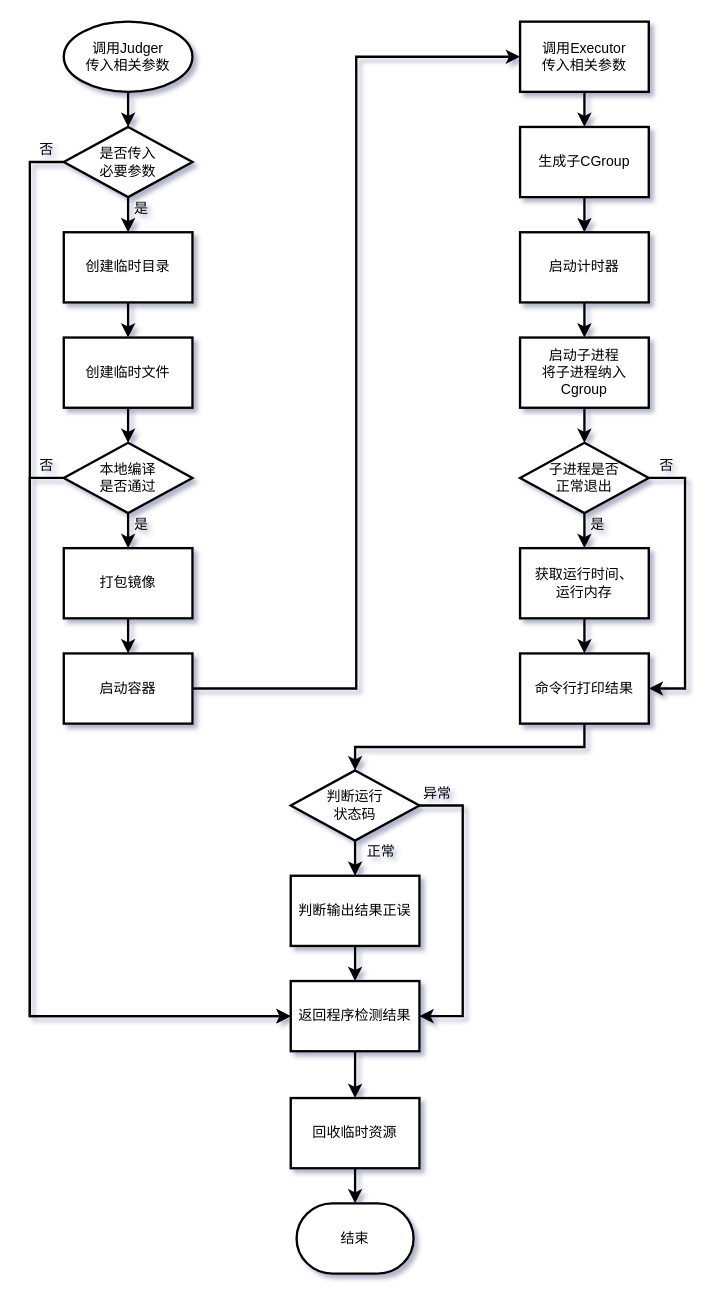
Before: 未命名绘图.drawio in LubyZheng/GraduationProject, a draw.io diagram. Source tidied: cells renumbered, new cells numbered last; positions are measured from the earlier drawing's top-left corner, leaving out a move shared by most shapes. Both pictures are drawn from the tidied source at 117%, with x=0, y=0 at pixel (28, 21).
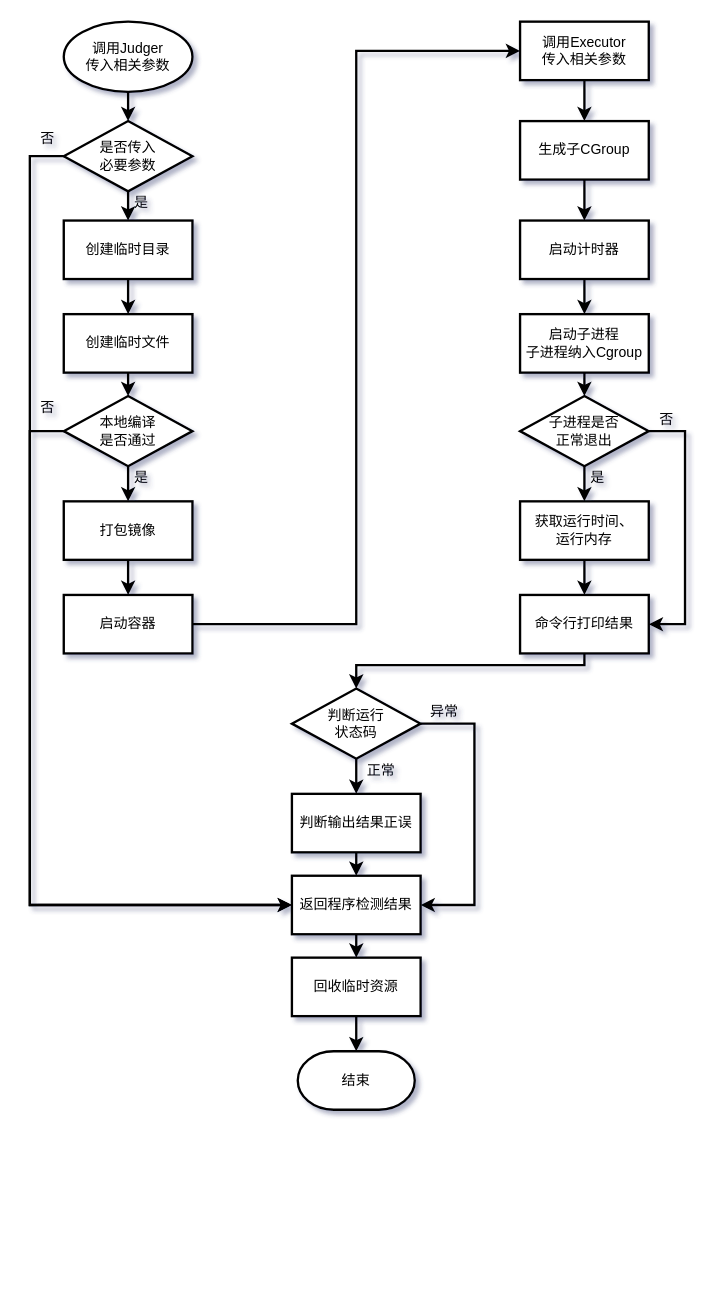
The same page after the edit.

Commit message (it also covers changes not shown here):
更新未命名绘图.drawio

What changed in the source:
```diff
@@
     <mxCell id="5" style="edgeStyle=orthogonalEdgeStyle;rounded=0;jettySize=auto;html=1;exitX=0;exitY=0.5;exitDx=0;exitDy=0;exitPerimeter=0;shadow=0;fontFamily=Lucida Console;strokeWidth=2;entryX=0;entryY=0.5;entryDx=0;entryDy=0;" parent="1" edge="1" source="6" target="39">
       <mxGeometry relative="1" as="geometry">
         <Array as="points">
-          <mxPoint x="1" y="120" />
-          <mxPoint x="1" y="850" />
+          <mxPoint x="1" y="115" />
+          <mxPoint x="1" y="755" />
         </Array>
       </mxGeometry>
     </mxCell>
     <mxCell id="6" value="是否传入&lt;br&gt;必要参数" style="strokeWidth=2;html=1;shape=mxgraph.flowchart.decision;whiteSpace=wrap;shadow=0;" parent="1" vertex="1">
-      <mxGeometry x="30" y="90" width="110" height="60" as="geometry" />
+      <mxGeometry x="30" y="85" width="110" height="60" as="geometry" />
     </mxCell>
@@
     <mxCell id="8" value="创建临时目录" style="whiteSpace=wrap;html=1;absoluteArcSize=1;arcSize=14;strokeWidth=2;shadow=0;" parent="1" vertex="1">
-      <mxGeometry x="30" y="180" width="110" height="60" as="geometry" />
+      <mxGeometry x="30" y="170" width="110" height="50" as="geometry" />
     </mxCell>
@@
     <mxCell id="10" value="创建临时文件" style="whiteSpace=wrap;html=1;absoluteArcSize=1;arcSize=14;strokeWidth=2;shadow=0;" parent="1" vertex="1">
-      <mxGeometry x="30" y="270" width="110" height="60" as="geometry" />
+      <mxGeometry x="30" y="250" width="110" height="50" as="geometry" />
     </mxCell>
@@
     <mxCell id="12" style="edgeStyle=orthogonalEdgeStyle;rounded=0;jettySize=auto;html=1;exitX=0;exitY=0.5;exitDx=0;exitDy=0;exitPerimeter=0;entryX=0;entryY=0.5;entryDx=0;entryDy=0;shadow=0;fontFamily=Lucida Console;strokeWidth=2;" parent="1" edge="1" source="13" target="39">
       <mxGeometry relative="1" as="geometry">
         <Array as="points">
-          <mxPoint x="1" y="390" />
-          <mxPoint x="1" y="850" />
+          <mxPoint x="1" y="350" />
+          <mxPoint x="1" y="755" />
         </Array>
       </mxGeometry>
     </mxCell>
     <mxCell id="13" value="本地编译&lt;br&gt;是否通过" style="strokeWidth=2;html=1;shape=mxgraph.flowchart.decision;whiteSpace=wrap;shadow=0;" parent="1" vertex="1">
-      <mxGeometry x="30" y="360" width="110" height="60" as="geometry" />
+      <mxGeometry x="30" y="320" width="110" height="60" as="geometry" />
     </mxCell>
@@
     <mxCell id="15" value="打包镜像" style="whiteSpace=wrap;html=1;absoluteArcSize=1;arcSize=14;strokeWidth=2;shadow=0;" parent="1" vertex="1">
-      <mxGeometry x="30" y="450" width="110" height="60" as="geometry" />
+      <mxGeometry x="30" y="410" width="110" height="50" as="geometry" />
     </mxCell>
-    <mxCell id="16" style="edgeStyle=orthogonalEdgeStyle;jettySize=auto;html=1;exitX=1;exitY=0.5;exitDx=0;exitDy=0;entryX=0;entryY=0.5;entryDx=0;entryDy=0;strokeWidth=2;shadow=0;rounded=0;" parent="1" edge="1" source="17" target="19">
+    <mxCell id="16" style="edgeStyle=orthogonalEdgeStyle;rounded=0;jettySize=auto;html=1;exitX=1;exitY=0.5;exitDx=0;exitDy=0;entryX=0;entryY=0.5;entryDx=0;entryDy=0;shadow=0;fontFamily=Lucida Console;strokeWidth=2;" parent="1" edge="1" source="17" target="19">
       <mxGeometry relative="1" as="geometry">
         <Array as="points">
-          <mxPoint x="280" y="570" />
-          <mxPoint x="280" y="30" />
+          <mxPoint x="280" y="515" />
+          <mxPoint x="280" y="25" />
         </Array>
       </mxGeometry>
     </mxCell>
     <mxCell id="17" value="启动容器" style="whiteSpace=wrap;html=1;absoluteArcSize=1;arcSize=14;strokeWidth=2;shadow=0;" parent="1" vertex="1">
-      <mxGeometry x="30" y="540" width="110" height="60" as="geometry" />
+      <mxGeometry x="30" y="490" width="110" height="50" as="geometry" />
     </mxCell>
@@
     <mxCell id="19" value="调用Executor&lt;br&gt;传入相关参数" style="whiteSpace=wrap;html=1;absoluteArcSize=1;arcSize=14;strokeWidth=2;shadow=0;" parent="1" vertex="1">
-      <mxGeometry x="420" width="110" height="60" as="geometry" />
+      <mxGeometry x="420" width="110" height="50" as="geometry" />
     </mxCell>
@@
     <mxCell id="21" value="生成子CGroup" style="whiteSpace=wrap;html=1;absoluteArcSize=1;arcSize=14;strokeWidth=2;shadow=0;" parent="1" vertex="1">
-      <mxGeometry x="420" y="90" width="110" height="60" as="geometry" />
+      <mxGeometry x="420" y="85" width="110" height="50" as="geometry" />
     </mxCell>
@@
     <mxCell id="23" value="启动计时器" style="whiteSpace=wrap;html=1;absoluteArcSize=1;arcSize=14;strokeWidth=2;shadow=0;" parent="1" vertex="1">
-      <mxGeometry x="420" y="180" width="110" height="60" as="geometry" />
+      <mxGeometry x="420" y="170" width="110" height="50" as="geometry" />
     </mxCell>
@@
-    <mxCell id="25" value="启动子进程&lt;br&gt;将子进程纳入Cgroup" style="whiteSpace=wrap;html=1;absoluteArcSize=1;arcSize=14;strokeWidth=2;shadow=0;" parent="1" vertex="1">
-      <mxGeometry x="420" y="270" width="110" height="60" as="geometry" />
+    <mxCell id="25" value="启动子进程&lt;br&gt;子进程纳入Cgroup" style="whiteSpace=wrap;html=1;absoluteArcSize=1;arcSize=14;strokeWidth=2;shadow=0;" parent="1" vertex="1">
+      <mxGeometry x="420" y="250" width="110" height="50" as="geometry" />
     </mxCell>
@@
     <mxCell id="27" style="edgeStyle=orthogonalEdgeStyle;rounded=0;jettySize=auto;html=1;exitX=1;exitY=0.5;exitDx=0;exitDy=0;exitPerimeter=0;entryX=1;entryY=0.5;entryDx=0;entryDy=0;shadow=0;fontFamily=Lucida Console;strokeWidth=2;" parent="1" edge="1" source="28" target="32">
       <mxGeometry relative="1" as="geometry">
         <Array as="points">
-          <mxPoint x="561" y="390" />
-          <mxPoint x="561" y="570" />
+          <mxPoint x="561" y="350" />
+          <mxPoint x="561" y="515" />
         </Array>
       </mxGeometry>
     </mxCell>
     <mxCell id="28" value="子进程是否&lt;br&gt;正常退出" style="strokeWidth=2;html=1;shape=mxgraph.flowchart.decision;whiteSpace=wrap;shadow=0;" parent="1" vertex="1">
-      <mxGeometry x="420" y="360" width="110" height="60" as="geometry" />
+      <mxGeometry x="420" y="320" width="110" height="60" as="geometry" />
     </mxCell>
@@
     <mxCell id="30" value="获取运行时间、&lt;br&gt;运行内存" style="whiteSpace=wrap;html=1;absoluteArcSize=1;arcSize=14;strokeWidth=2;shadow=0;" parent="1" vertex="1">
-      <mxGeometry x="420" y="450" width="110" height="60" as="geometry" />
+      <mxGeometry x="420" y="410" width="110" height="50" as="geometry" />
     </mxCell>
-    <mxCell id="31" style="edgeStyle=orthogonalEdgeStyle;jettySize=auto;html=1;exitX=0.5;exitY=1;exitDx=0;exitDy=0;entryX=0.5;entryY=0;entryDx=0;entryDy=0;entryPerimeter=0;strokeWidth=2;shadow=0;rounded=0;" parent="1" edge="1" source="32" target="35">
+    <mxCell id="31" style="edgeStyle=orthogonalEdgeStyle;rounded=0;jettySize=auto;html=1;exitX=0.5;exitY=1;exitDx=0;exitDy=0;entryX=0.5;entryY=0;entryDx=0;entryDy=0;entryPerimeter=0;shadow=0;fontFamily=Lucida Console;strokeWidth=2;" parent="1" edge="1" source="32" target="35">
       <mxGeometry relative="1" as="geometry">
         <Array as="points">
-          <mxPoint x="475" y="620" />
-          <mxPoint x="279" y="620" />
+          <mxPoint x="475" y="550" />
+          <mxPoint x="280" y="550" />
         </Array>
       </mxGeometry>
     </mxCell>
     <mxCell id="32" value="命令行打印结果" style="whiteSpace=wrap;html=1;absoluteArcSize=1;arcSize=14;strokeWidth=2;shadow=0;" parent="1" vertex="1">
-      <mxGeometry x="420" y="540" width="110" height="60" as="geometry" />
+      <mxGeometry x="420" y="490" width="110" height="50" as="geometry" />
     </mxCell>
-    <mxCell id="33" style="edgeStyle=orthogonalEdgeStyle;jettySize=auto;html=1;exitX=0.5;exitY=1;exitDx=0;exitDy=0;exitPerimeter=0;entryX=0.5;entryY=0;entryDx=0;entryDy=0;strokeWidth=2;shadow=0;" parent="1" edge="1" source="35" target="37">
+    <mxCell id="33" style="edgeStyle=orthogonalEdgeStyle;rounded=0;jettySize=auto;html=1;exitX=0.5;exitY=1;exitDx=0;exitDy=0;exitPerimeter=0;entryX=0.5;entryY=0;entryDx=0;entryDy=0;shadow=0;fontFamily=Lucida Console;strokeWidth=2;" parent="1" edge="1" source="35" target="37">
       <mxGeometry relative="1" as="geometry" />
     </mxCell>
     <mxCell id="34" style="edgeStyle=orthogonalEdgeStyle;rounded=0;jettySize=auto;html=1;exitX=1;exitY=0.5;exitDx=0;exitDy=0;exitPerimeter=0;entryX=1;entryY=0.5;entryDx=0;entryDy=0;shadow=0;fontFamily=Lucida Console;strokeWidth=2;" parent="1" edge="1" source="35" target="39">
       <mxGeometry relative="1" as="geometry">
         <Array as="points">
-          <mxPoint x="371" y="670" />
-          <mxPoint x="371" y="850" />
+          <mxPoint x="381" y="600" />
+          <mxPoint x="381" y="755" />
         </Array>
       </mxGeometry>
     </mxCell>
     <mxCell id="35" value="判断运行&lt;br&gt;状态码" style="strokeWidth=2;html=1;shape=mxgraph.flowchart.decision;whiteSpace=wrap;shadow=0;" parent="1" vertex="1">
-      <mxGeometry x="224" y="640" width="110" height="60" as="geometry" />
+      <mxGeometry x="225" y="570" width="110" height="60" as="geometry" />
     </mxCell>
@@
     <mxCell id="37" value="判断输出结果正误" style="whiteSpace=wrap;html=1;absoluteArcSize=1;arcSize=14;strokeWidth=2;shadow=0;" parent="1" vertex="1">
-      <mxGeometry x="224" y="730" width="110" height="60" as="geometry" />
+      <mxGeometry x="225" y="660" width="110" height="50" as="geometry" />
     </mxCell>
-    <mxCell id="38" style="edgeStyle=orthogonalEdgeStyle;jettySize=auto;html=1;exitX=0.5;exitY=1;exitDx=0;exitDy=0;entryX=0.5;entryY=0;entryDx=0;entryDy=0;strokeWidth=2;shadow=0;" parent="1" edge="1" source="39" target="41">
+    <mxCell id="38" style="edgeStyle=orthogonalEdgeStyle;rounded=0;jettySize=auto;html=1;exitX=0.5;exitY=1;exitDx=0;exitDy=0;entryX=0.5;entryY=0;entryDx=0;entryDy=0;shadow=0;fontFamily=Lucida Console;strokeWidth=2;" parent="1" edge="1" source="39" target="41">
       <mxGeometry relative="1" as="geometry" />
     </mxCell>
     <mxCell id="39" value="返回程序检测结果" style="whiteSpace=wrap;html=1;absoluteArcSize=1;arcSize=14;strokeWidth=2;shadow=0;" parent="1" vertex="1">
-      <mxGeometry x="224" y="820" width="110" height="60" as="geometry" />
+      <mxGeometry x="225" y="730" width="110" height="50" as="geometry" />
     </mxCell>
@@
     <mxCell id="41" value="回收临时资源" style="whiteSpace=wrap;html=1;absoluteArcSize=1;arcSize=14;strokeWidth=2;shadow=0;" parent="1" vertex="1">
-      <mxGeometry x="224" y="920" width="110" height="60" as="geometry" />
+      <mxGeometry x="225" y="800" width="110" height="50" as="geometry" />
     </mxCell>
     <mxCell id="42" value="结束" style="strokeWidth=2;html=1;shape=mxgraph.flowchart.terminator;whiteSpace=wrap;shadow=0;" parent="1" vertex="1">
-      <mxGeometry x="229" y="1010" width="100" height="60" as="geometry" />
+      <mxGeometry x="230" y="880" width="100" height="50" as="geometry" />
     </mxCell>
-    <mxCell id="43" value="正常" style="text;html=1;align=center;verticalAlign=middle;strokeWidth=2;shadow=0;" parent="1" vertex="1">
-      <mxGeometry x="281" y="700" width="40" height="20" as="geometry" />
-    </mxCell>
     <mxCell id="44" value="否" style="text;html=1;align=center;verticalAlign=middle;strokeWidth=2;shadow=0;" parent="1" vertex="1">
-      <mxGeometry y="370" width="30" height="20" as="geometry" />
+      <mxGeometry x="1" y="320" width="30" height="20" as="geometry" />
     </mxCell>
-    <mxCell id="45" value="异常" style="text;html=1;align=center;verticalAlign=middle;strokeWidth=2;shadow=0;" parent="1" vertex="1">
-      <mxGeometry x="329" y="650" width="40" height="20" as="geometry" />
-    </mxCell>
     <mxCell id="46" value="是" style="text;html=1;align=center;verticalAlign=middle;strokeColor=none;fontFamily=Lucida Console;" parent="1" vertex="1">
-      <mxGeometry x="81" y="420" width="30" height="20" as="geometry" />
+      <mxGeometry x="81" y="380" width="30" height="20" as="geometry" />
     </mxCell>
     <mxCell id="47" value="是" style="text;html=1;align=center;verticalAlign=middle;strokeColor=none;fontFamily=Lucida Console;" parent="1" vertex="1">
-      <mxGeometry x="471" y="420" width="30" height="20" as="geometry" />
+      <mxGeometry x="471" y="380" width="30" height="20" as="geometry" />
     </mxCell>
     <mxCell id="48" value="否" style="text;html=1;align=center;verticalAlign=middle;strokeWidth=2;shadow=0;" parent="1" vertex="1">
-      <mxGeometry x="530" y="370" width="30" height="20" as="geometry" />
+      <mxGeometry x="530" y="330" width="30" height="20" as="geometry" />
     </mxCell>
     <mxCell id="49" value="否" style="text;html=1;align=center;verticalAlign=middle;strokeWidth=2;shadow=0;" parent="1" vertex="1">
-      <mxGeometry y="100" width="30" height="20" as="geometry" />
+      <mxGeometry x="1" y="90" width="30" height="20" as="geometry" />
     </mxCell>
     <mxCell id="50" value="是" style="text;html=1;align=center;verticalAlign=middle;strokeColor=none;fontFamily=Lucida Console;" parent="1" vertex="1">
-      <mxGeometry x="81" y="150" width="30" height="20" as="geometry" />
+      <mxGeometry x="81" y="145" width="30" height="20" as="geometry" />
     </mxCell>
+    <mxCell id="51" style="edgeStyle=orthogonalEdgeStyle;rounded=0;orthogonalLoop=1;jettySize=auto;html=1;exitX=0.5;exitY=1;exitDx=0;exitDy=0;shadow=0;fontFamily=Lucida Console;strokeWidth=2;" parent="1" edge="1" source="25" target="25">
+      <mxGeometry relative="1" as="geometry" />
+    </mxCell>
+    <mxCell id="43" value="正常" style="text;html=1;align=center;verticalAlign=middle;strokeWidth=2;shadow=0;" parent="1" vertex="1">
+      <mxGeometry x="281" y="630" width="40" height="20" as="geometry" />
+    </mxCell>
+    <mxCell id="45" value="异常" style="text;html=1;align=center;verticalAlign=middle;strokeWidth=2;shadow=0;" parent="1" vertex="1">
+      <mxGeometry x="335" y="580" width="40" height="20" as="geometry" />
+    </mxCell>
```
